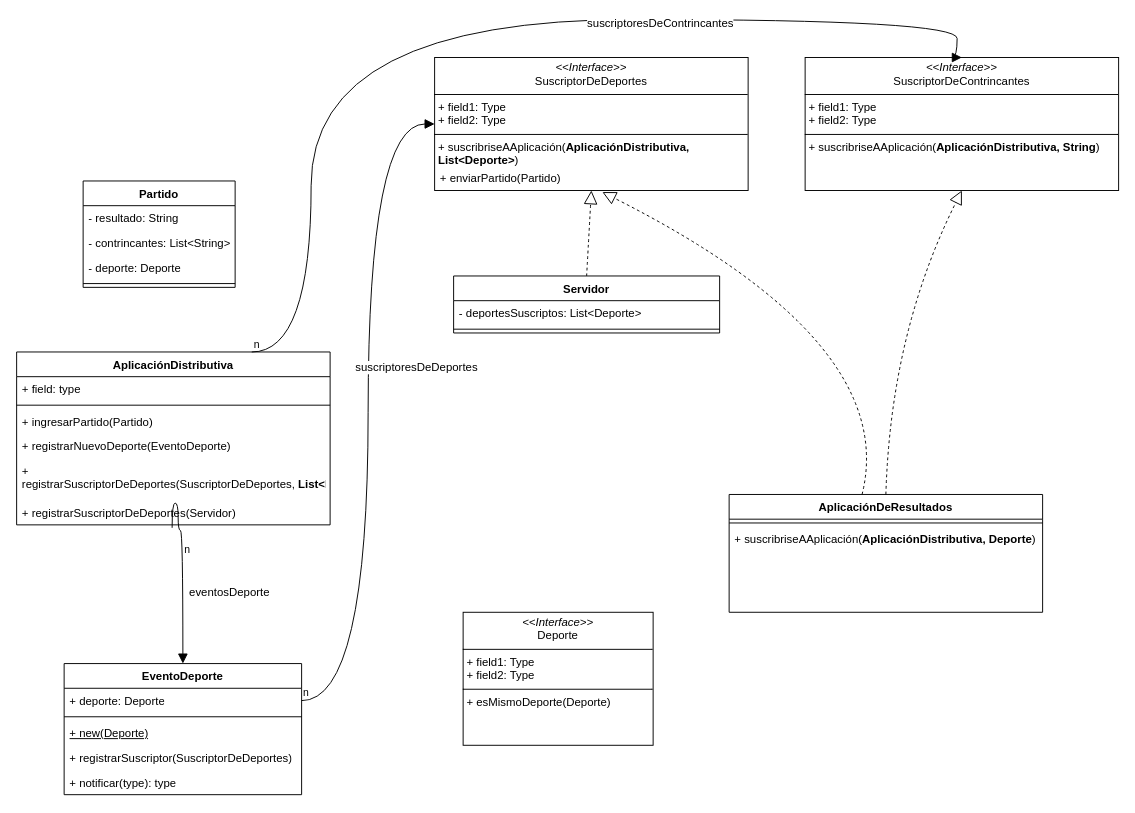
This is src/Observer/ej2.drawio from Matias-Francisco-Deo/Objetos-II, a draw.io file, before an edit. Source tidied: cells renumbered, new cells numbered last; positions are measured from the earlier drawing's top-left corner, leaving out a move shared by most shapes. Both pictures are drawn from the tidied source at 95%, with x=0, y=0 at pixel (16, 19).
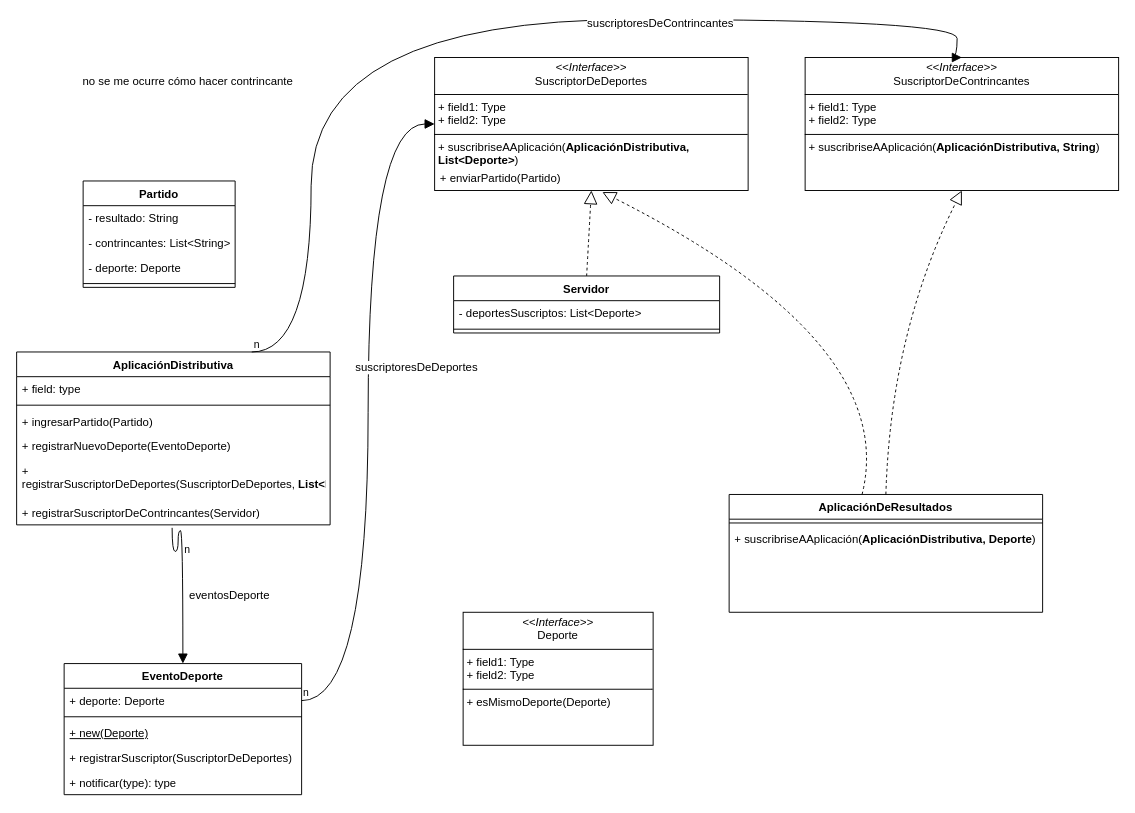
The same diagram, later.

The change refers to these unchanged cells:
```xml
<mxCell id="10" value="AplicaciónDistributiva" style="swimlane;fontStyle=1;align=center;verticalAlign=top;horizontal=1;startSize=26;whiteSpace=wrap;html=1;" parent="1" vertex="1">
  <mxGeometry y="350" width="330" height="182" as="geometry" />
</mxCell>
<mxCell id="30" value="EventoDeporte" style="swimlane;fontStyle=1;align=center;verticalAlign=top;horizontal=1;startSize=26;whiteSpace=wrap;html=1;" parent="1" vertex="1">
  <mxGeometry x="50" y="678" width="250" height="138" as="geometry" />
</mxCell>
```

What changed in the source:
```diff
@@
-    <mxCell id="16" value="+ registrarSuscriptorDeDeportes(Servidor)" style="text;strokeColor=none;fillColor=none;align=left;verticalAlign=top;spacingLeft=4;spacingRight=4;overflow=hidden;points=[[0,0.5],[1,0.5]];portConstraint=eastwest;whiteSpace=wrap;html=1;" parent="10" vertex="1">
+    <mxCell id="16" value="+ registrarSuscriptorDeContrincantes(Servidor)" style="text;strokeColor=none;fillColor=none;align=left;verticalAlign=top;spacingLeft=4;spacingRight=4;overflow=hidden;points=[[0,0.5],[1,0.5]];portConstraint=eastwest;whiteSpace=wrap;html=1;" parent="10" vertex="1">
       <mxGeometry y="156" width="330" height="26" as="geometry" />
     </mxCell>
@@
     <mxCell id="36" value="eventosDeporte" style="endArrow=block;endFill=1;html=1;edgeStyle=orthogonalEdgeStyle;align=left;verticalAlign=top;rounded=0;fontSize=12;startSize=8;endSize=8;curved=1;exitX=0.496;exitY=1.12;exitDx=0;exitDy=0;exitPerimeter=0;entryX=0.5;entryY=0;entryDx=0;entryDy=0;" parent="1" edge="1" source="16" target="30">
       <mxGeometry x="0.13" y="5" relative="1" as="geometry">
         <Array as="points">
-          <mxPoint x="170" y="509" />
+          <mxPoint x="164" y="560" />
+          <mxPoint x="170" y="560" />
           <mxPoint x="170" y="538" />
           <mxPoint x="175" y="538" />
         </Array>
       </mxGeometry>
     </mxCell>
@@
+    <mxCell id="39" value="no se me ocurre cómo hacer contrincante" style="text;html=1;align=center;verticalAlign=middle;strokeColor=none;fillColor=none;" parent="1" vertex="1">
+      <mxGeometry x="60" y="50" width="240" height="30" as="geometry" />
+    </mxCell>
```
